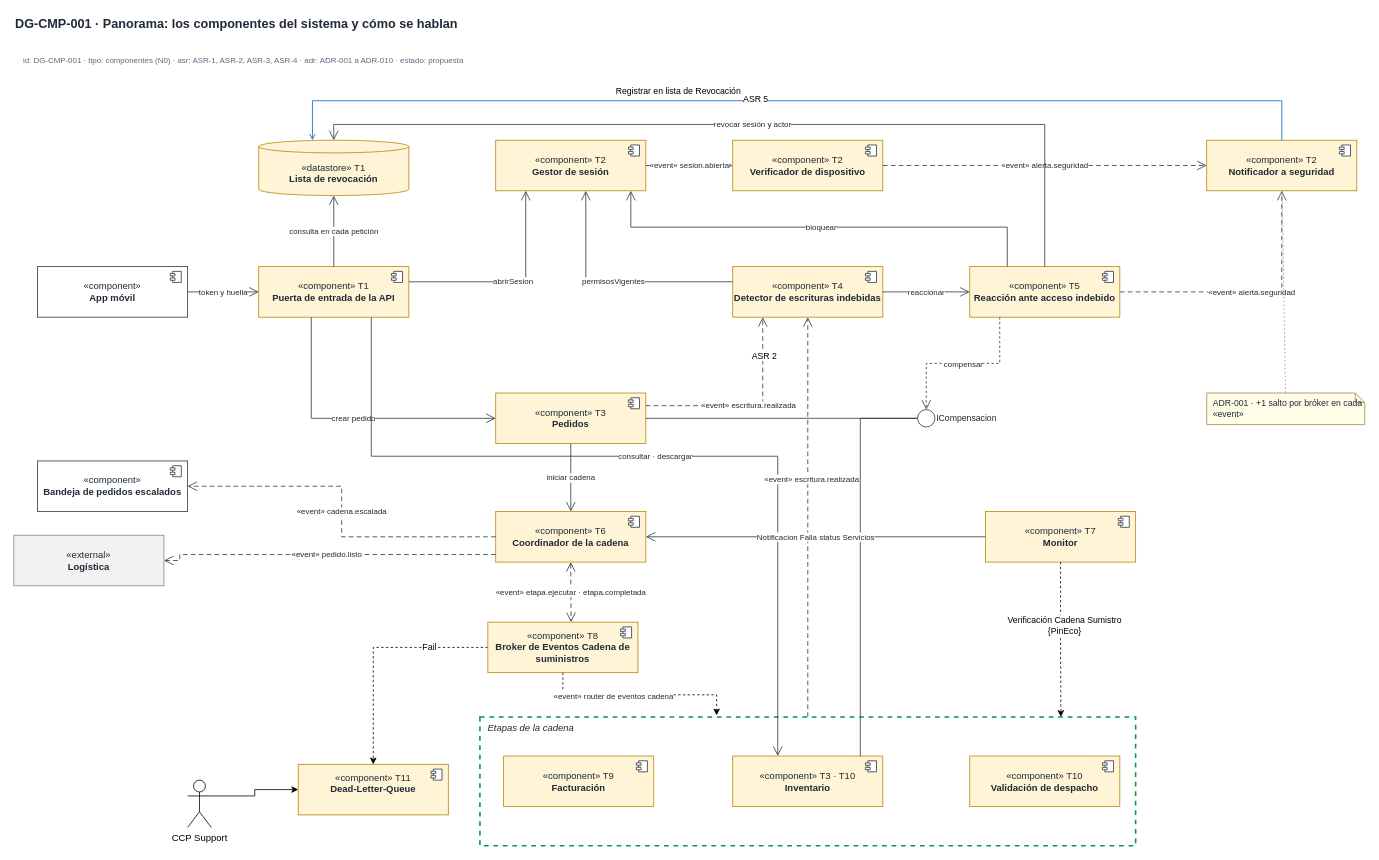
Before: page "DG-CMP-001 · Panorama" (1 of 3) of docs/modelos/drawio/vista-componentes.drawio in MATI-MBIT/arqsoft-reto-2, a draw.io diagram. Source tidied: cells renumbered, new cells numbered last; positions are measured from the earlier drawing's top-left corner, leaving out a move shared by most shapes. Both pictures are drawn from the tidied source at 79%, with x=0, y=0 at pixel (13, 13).
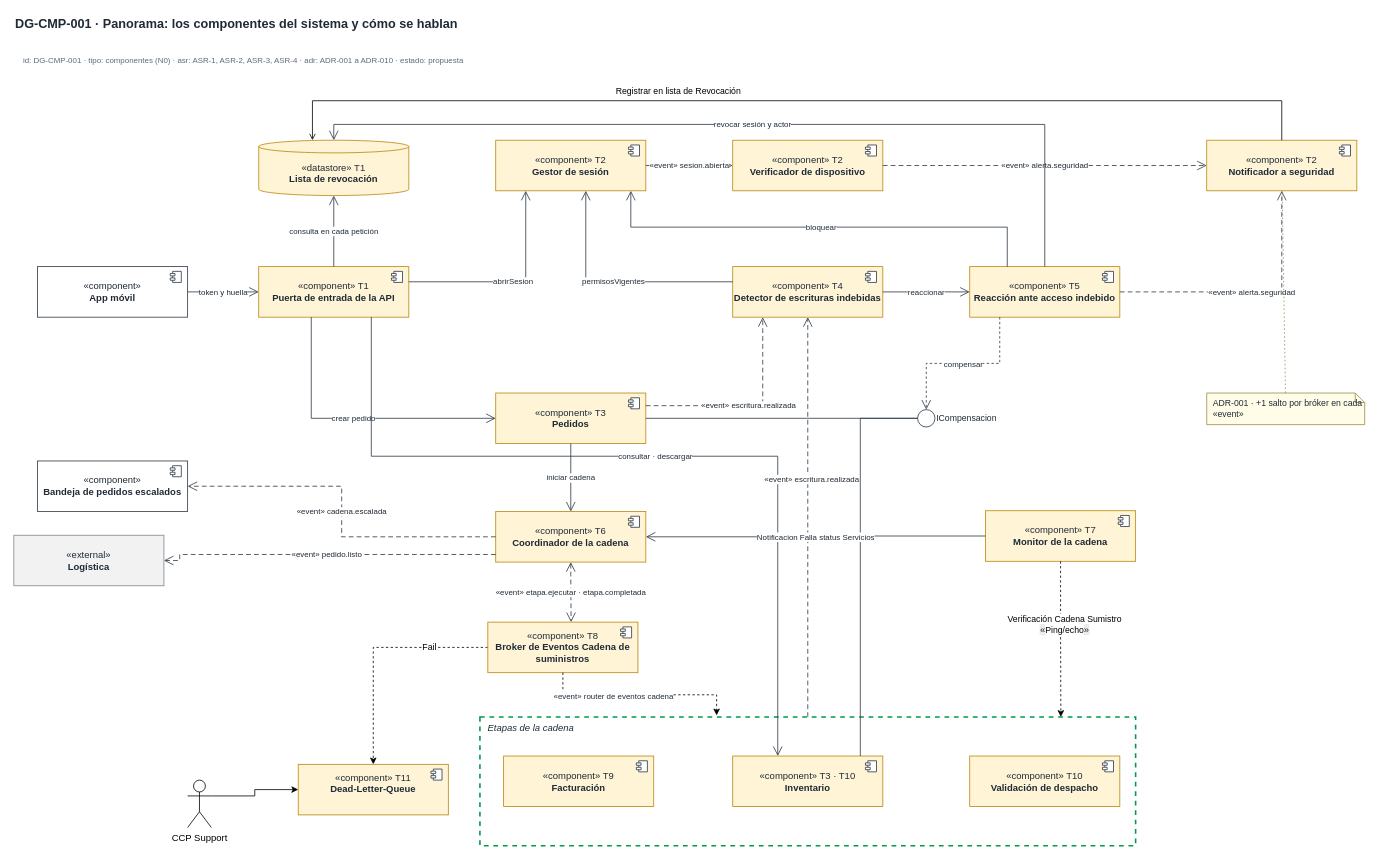
The same page after the edit.

Unchanged cells that the change refers to:
```xml
<mxCell id="9" value="«component» T2&lt;br&gt;&lt;b&gt;Notificador a seguridad&lt;/b&gt;" style="rounded=0;html=1;whiteSpace=wrap;fillColor=#FFF4D6;strokeColor=#B8860B;fontFamily=Helvetica;fontSize=12;fontColor=#1F2A36;" parent="1" vertex="1">
  <mxGeometry x="1510" y="160" width="190" height="64" as="geometry" />
</mxCell>
<mxCell id="43" value="«event» escritura.realizada" style="html=1;rounded=0;edgeStyle=orthogonalEdgeStyle;fontSize=10;fontFamily=Helvetica;fontColor=#1F2A36;labelBackgroundColor=#FFFFFF;strokeColor=#2B3642;endArrow=open;endFill=0;dashed=1;dashPattern=6 4;endSize=10;exitX=1;exitY=0.25;exitDx=0;exitDy=0;entryX=0.2;entryY=1;entryDx=0;entryDy=0;" parent="1" edge="1" source="19" target="15">
  <mxGeometry relative="1" as="geometry" />
</mxCell>
<mxCell id="74" style="edgeStyle=orthogonalEdgeStyle;rounded=0;jettySize=auto;html=1;entryX=0.886;entryY=0;entryDx=0;entryDy=0;entryPerimeter=0;dashed=1;" parent="1" edge="1" source="26" target="29">
  <mxGeometry relative="1" as="geometry" />
</mxCell>
```

Diff of the diagram source:
```diff
@@
-    <mxCell id="26" value="«component» T7&lt;br&gt;&lt;b&gt;Monitor&lt;/b&gt;" style="rounded=0;html=1;whiteSpace=wrap;fillColor=#FFF4D6;strokeColor=#B8860B;fontFamily=Helvetica;fontSize=12;fontColor=#1F2A36;" parent="1" vertex="1">
-      <mxGeometry x="1230" y="630" width="190" height="64" as="geometry" />
+    <mxCell id="26" value="«component» T7&lt;br&gt;&lt;b&gt;Monitor de la cadena&lt;/b&gt;" style="rounded=0;html=1;whiteSpace=wrap;fillColor=#FFF4D6;strokeColor=#B8860B;fontFamily=Helvetica;fontSize=12;fontColor=#1F2A36;" parent="1" vertex="1">
+      <mxGeometry x="1230" y="629" width="190" height="64" as="geometry" />
     </mxCell>
@@
-    <mxCell id="44" value="ASR 2" style="edgeLabel;html=1;align=center;verticalAlign=middle;" parent="43" vertex="1">
-      <mxGeometry x="0.63" y="-1" relative="1" as="geometry" />
-    </mxCell>
@@
-    <mxCell id="61" style="edgeStyle=orthogonalEdgeStyle;rounded=0;jettySize=auto;html=1;exitX=0.5;exitY=0;exitDx=0;exitDy=0;endArrow=open;endFill=0;strokeColor=#0066CC;" parent="1" edge="1" source="9">
+    <mxCell id="61" style="edgeStyle=orthogonalEdgeStyle;rounded=0;jettySize=auto;html=1;exitX=0.5;exitY=0;exitDx=0;exitDy=0;endArrow=open;endFill=0;strokeColor=light-dark(#000000,#000000);" parent="1" edge="1" source="9">
       <mxGeometry relative="1" as="geometry">
         <mxPoint x="378" y="160" as="targetPoint" />
         <Array as="points">
           <mxPoint x="1605" y="110" />
           <mxPoint x="378" y="110" />
         </Array>
       </mxGeometry>
     </mxCell>
@@
-    <mxCell id="63" value="ASR 5" style="edgeLabel;html=1;align=center;verticalAlign=middle;" parent="61" vertex="1">
-      <mxGeometry x="0.08" y="-3" relative="1" as="geometry" />
-    </mxCell>
@@
-    <mxCell id="75" value="Verificación Cadena Sumistro&lt;br&gt;{PinEco}" style="edgeLabel;html=1;align=center;verticalAlign=middle;" parent="74" vertex="1">
+    <mxCell id="75" value="Verificación Cadena Sumistro&lt;br&gt;&lt;span style=&quot;color: rgb(31, 42, 54); font-size: 12px; white-space: normal; background-color: rgb(236, 236, 236);&quot;&gt;«&lt;/span&gt;Ping/echo&lt;span style=&quot;color: rgb(31, 42, 54); font-size: 12px; white-space: normal; background-color: rgb(236, 236, 236);&quot;&gt;»&lt;/span&gt;" style="edgeLabel;html=1;align=center;verticalAlign=middle;" parent="74" vertex="1">
       <mxGeometry x="-0.2" y="4" relative="1" as="geometry" />
     </mxCell>
```
